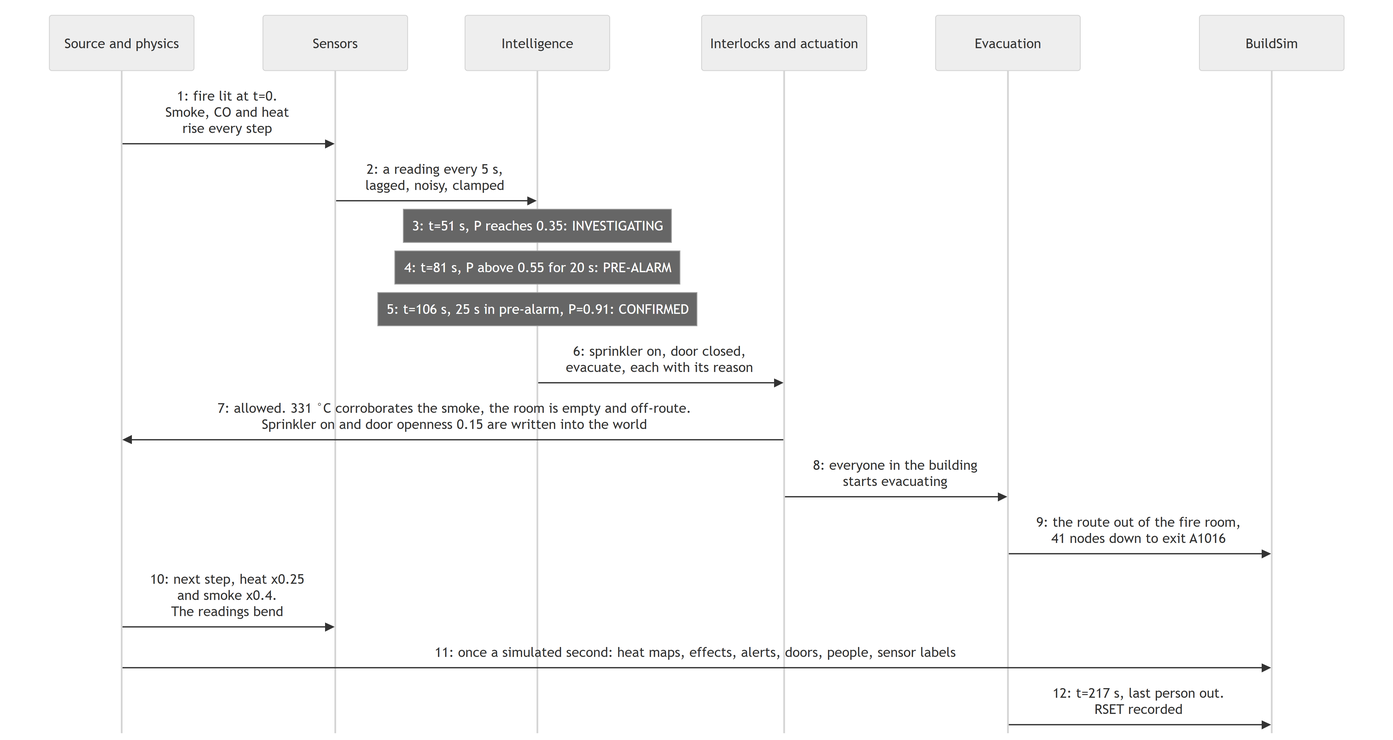
Ekpenyong-Esu/BuildSim-FireDetection keeps this Mermaid diagram as firelab/Embedded_Intelligence_at_the_edge_Project_Proposal/images/dynamic.png. Above is the earlier version. Its source is kept beside it as firelab/Embedded_Intelligence_at_the_edge_Project_Proposal/images/dynamic.mmd.
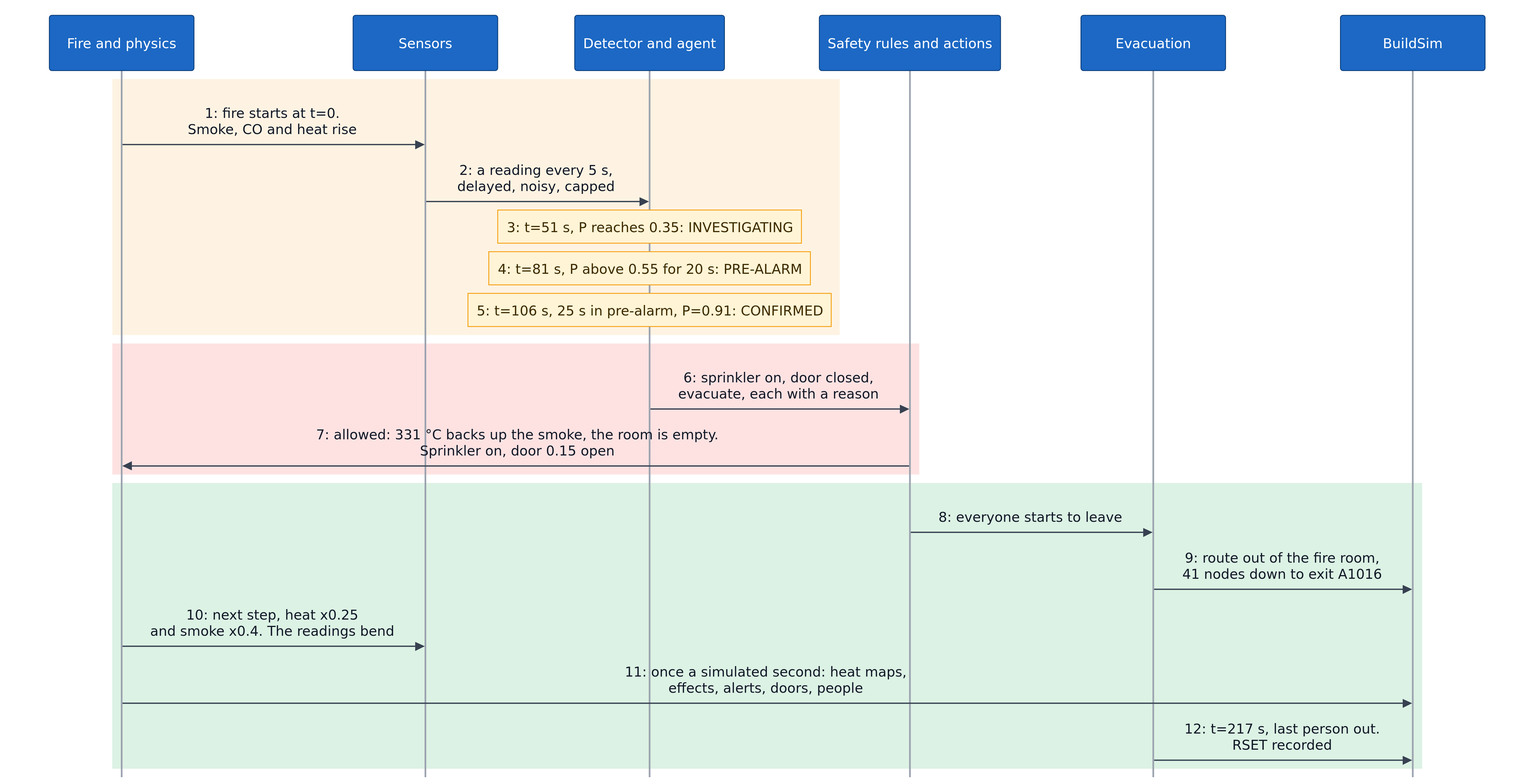
Later version of the same file.

The edit, as a diff of the source:
```diff
@@ -1,19 +1,26 @@
+%%{init: {"theme": "base", "themeVariables": {"actorBkg": "#1c68c4", "actorBorder": "#0b3d7a", "actorTextColor": "#ffffff", "actorLineColor": "#9ca3af", "signalColor": "#374151", "signalTextColor": "#111827", "noteBkgColor": "#fff4d6", "noteBorderColor": "#f59e0b", "noteTextColor": "#3d2c00", "fontFamily": "Trebuchet MS, Arial, sans-serif"}}}%%
 sequenceDiagram
-  participant SRC as Source and physics
+  participant SRC as Fire and physics
   participant SEN as Sensors
-  participant INT as Intelligence
-  participant ACT as Interlocks and actuation
+  participant INT as Detector and agent
+  participant ACT as Safety rules and actions
   participant EVA as Evacuation
   participant BS as BuildSim
-  SRC->>SEN: 1: fire lit at t=0.<br/>Smoke, CO and heat<br/>rise every step
-  SEN->>INT: 2: a reading every 5 s,<br/>lagged, noisy, clamped
-  Note over INT: 3: t=51 s, P reaches 0.35: INVESTIGATING
-  Note over INT: 4: t=81 s, P above 0.55 for 20 s: PRE-ALARM
-  Note over INT: 5: t=106 s, 25 s in pre-alarm, P=0.91: CONFIRMED
-  INT->>ACT: 6: sprinkler on, door closed,<br/>evacuate, each with its reason
-  ACT->>SRC: 7: allowed. 331 °C corroborates the smoke, the room is empty and off-route.<br/>Sprinkler on and door openness 0.15 are written into the world
-  ACT->>EVA: 8: everyone in the building<br/>starts evacuating
-  EVA->>BS: 9: the route out of the fire room,<br/>41 nodes down to exit A1016
-  SRC->>SEN: 10: next step, heat x0.25<br/>and smoke x0.4.<br/>The readings bend
-  SRC->>BS: 11: once a simulated second: heat maps, effects, alerts, doors, people, sensor labels
-  EVA->>BS: 12: t=217 s, last person out.<br/>RSET recorded
+  rect rgb(254, 243, 226)
+    SRC->>SEN: 1: fire starts at t=0.<br/>Smoke, CO and heat rise
+    SEN->>INT: 2: a reading every 5 s,<br/>delayed, noisy, capped
+    Note over INT: 3: t=51 s, P reaches 0.35: INVESTIGATING
+    Note over INT: 4: t=81 s, P above 0.55 for 20 s: PRE-ALARM
+    Note over INT: 5: t=106 s, 25 s in pre-alarm, P=0.91: CONFIRMED
+  end
+  rect rgb(254, 226, 226)
+    INT->>ACT: 6: sprinkler on, door closed,<br/>evacuate, each with a reason
+    ACT->>SRC: 7: allowed: 331 °C backs up the smoke, the room is empty.<br/>Sprinkler on, door 0.15 open
+  end
+  rect rgb(220, 242, 228)
+    ACT->>EVA: 8: everyone starts to leave
+    EVA->>BS: 9: route out of the fire room,<br/>41 nodes down to exit A1016
+    SRC->>SEN: 10: next step, heat x0.25<br/>and smoke x0.4. The readings bend
+    SRC->>BS: 11: once a simulated second: heat maps,<br/>effects, alerts, doors, people
+    EVA->>BS: 12: t=217 s, last person out.<br/>RSET recorded
+  end
```
